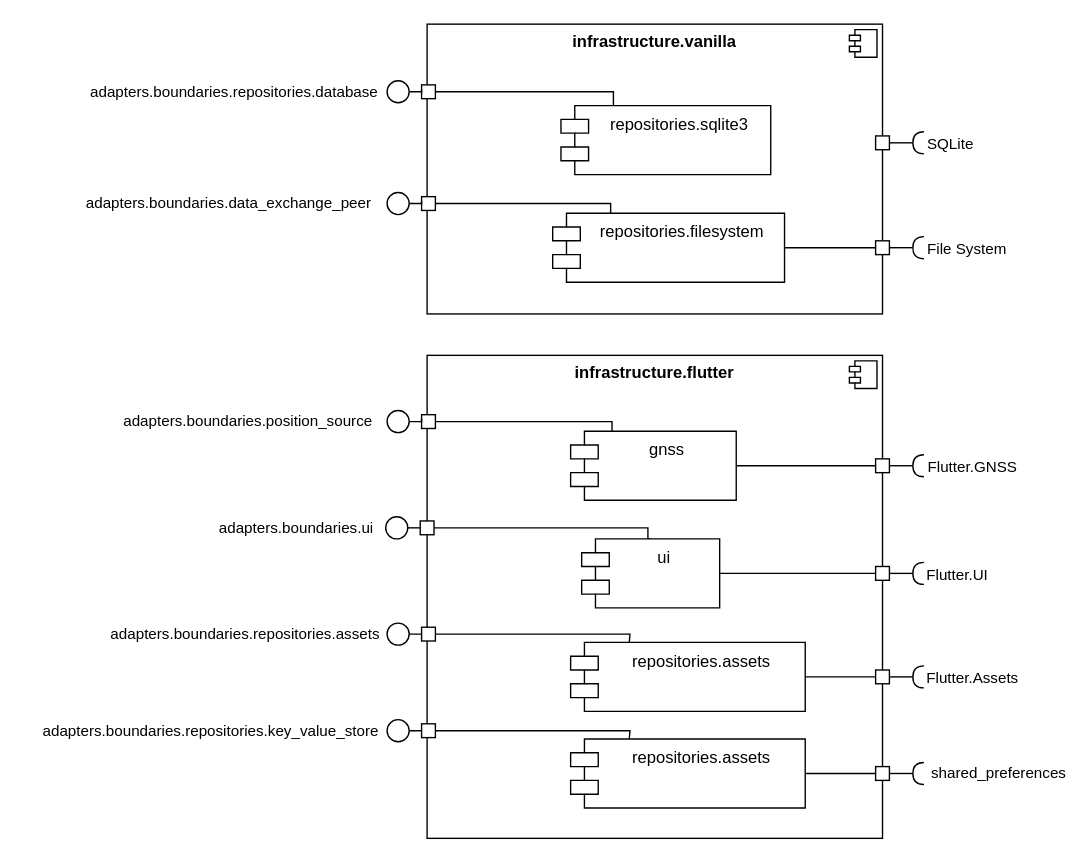
This is doc/architecture/bbview_level2_infrastructure.drawio from aardjon/trad, a draw.io file, before an edit. Source tidied: cells renumbered, new cells numbered last; positions are measured from the earlier drawing's top-left corner, leaving out a move shared by most shapes. Both pictures are drawn from the tidied source at 138%, with x=0, y=0 at pixel (23, 23).
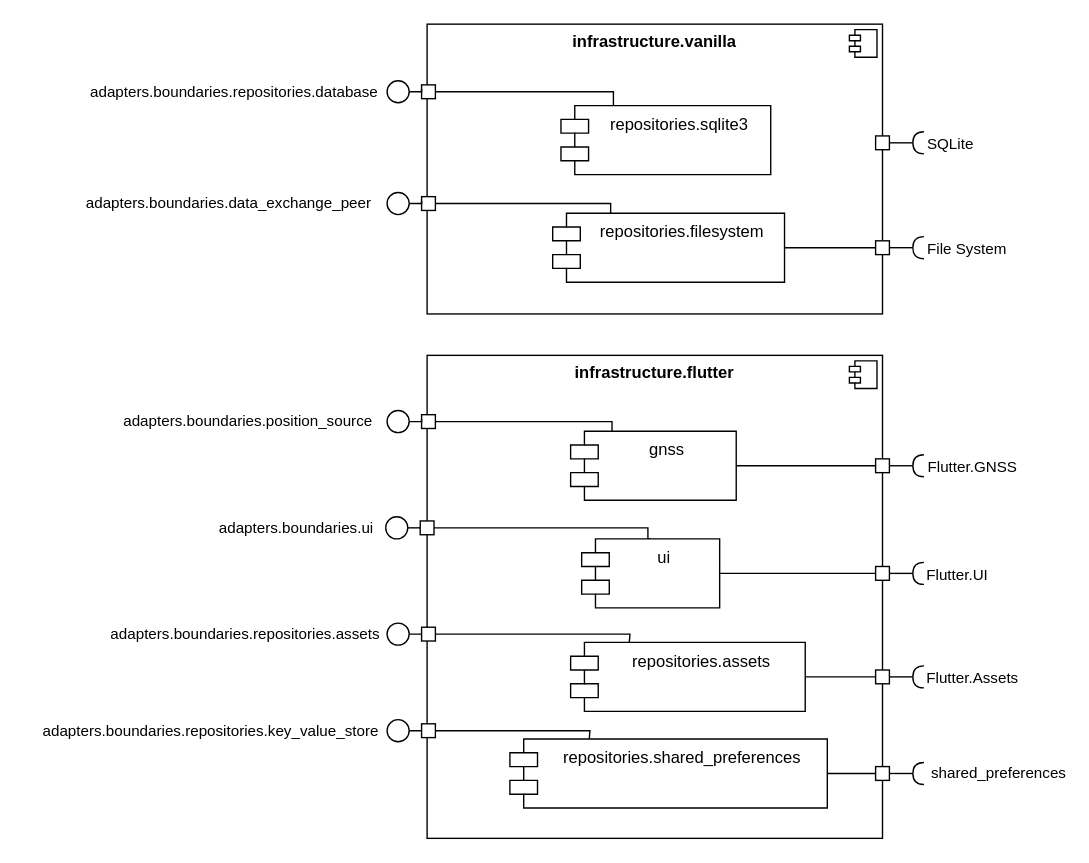
The same page after the edit.

Commit message (it also covers changes not shown here):
Fixup preferences architecture docs

Unchanged cells that the change refers to:
```xml
<mxCell id="56" style="whiteSpace=wrap;html=1;" parent="1" vertex="1">
  <mxGeometry x="288" y="507" width="10" height="10" as="geometry" />
</mxCell>
```

What changed in the source:
```diff
@@
-    <mxCell id="58" value="repositories.assets" style="shape=module;align=left;spacingLeft=20;align=center;verticalAlign=top;whiteSpace=wrap;html=1;" parent="1" vertex="1">
-      <mxGeometry x="396" y="518" width="170" height="50" as="geometry" />
+    <mxCell id="58" value="repositories.shared_preferences" style="shape=module;align=left;spacingLeft=20;align=center;verticalAlign=top;whiteSpace=wrap;html=1;" parent="1" vertex="1">
+      <mxGeometry x="352" y="518" width="230" height="50" as="geometry" />
     </mxCell>
@@
     <mxCell id="60" style="endArrow=none;html=1;rounded=0;entryX=0.25;entryY=0;entryDx=0;entryDy=0;exitX=1;exitY=0.5;exitDx=0;exitDy=0;" parent="1" edge="1" source="56" target="58">
       <mxGeometry relative="1" as="geometry">
         <Array as="points">
-          <mxPoint x="439" y="512" />
+          <mxPoint x="410" y="512" />
         </Array>
       </mxGeometry>
     </mxCell>
```
